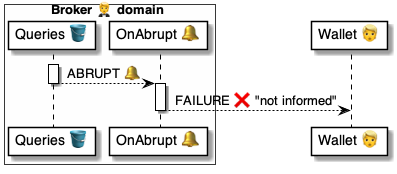
Before: 4 ⚙️ Solution/20 🧑‍🦰 UI/Brokers 🤵/🤵🪣 Broker tables/Queries 💼 table/🪣🧱 2 Abrupt 🔔 event/🤵 OnQueryAbrupt ⚙️ uml.png, a diagram exported from PlantUML (pollyweb-org/pollyweb-docs). Its source is kept beside it as 4 ⚙️ Solution/20 🧑‍🦰 UI/Brokers 🤵/🤵🪣 Broker tables/Queries 💼 table/🪣🧱 2 Abrupt 🔔 event/🤵 OnQueryAbrupt ⚙️ uml.puml.
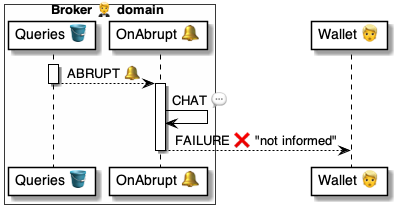
Later version of the same file.

Change to the diagram source:
```diff
@@ -12,6 +12,7 @@
 deactivate table
 
 activate handler
+    handler -> handler: CHAT 💬
     handler --> wallet: FAILURE ❌ "not informed"
 deactivate handler
 
```
